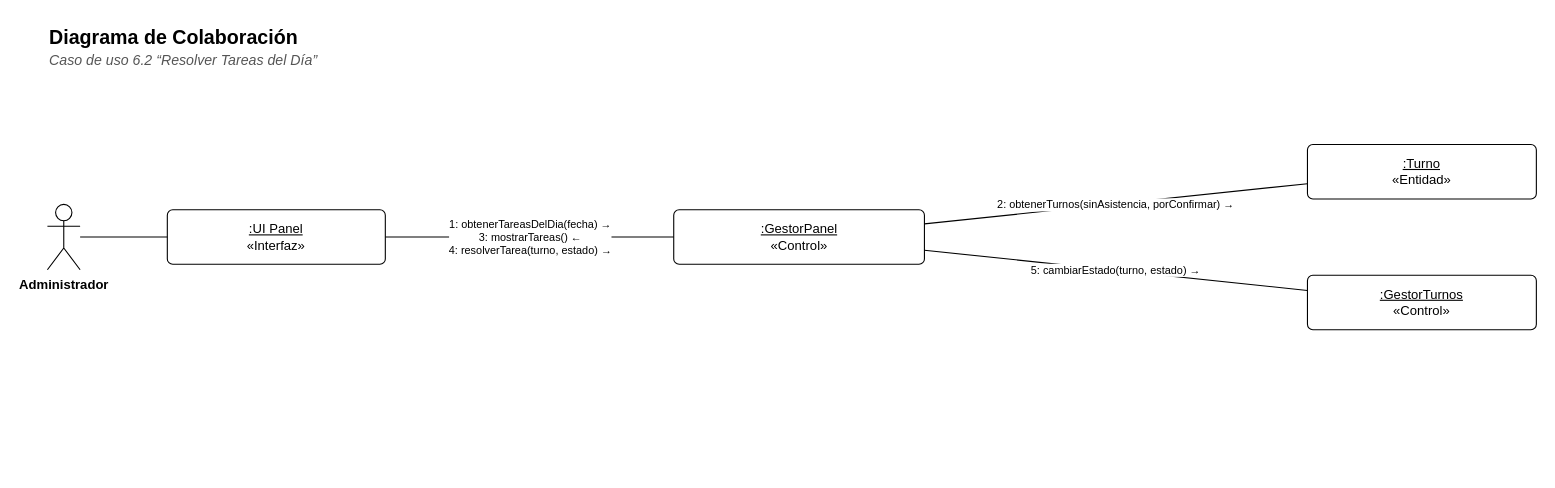
Before: docs/diagramas/colaboracion-6-2.drawio in Matiglorioso/kineturnos, a draw.io diagram. Source tidied: cells renumbered, new cells numbered last; positions are measured from the earlier drawing's top-left corner, leaving out a move shared by most shapes. Both pictures are drawn from the tidied source at 109%, with x=0, y=0 at pixel (47, 19).
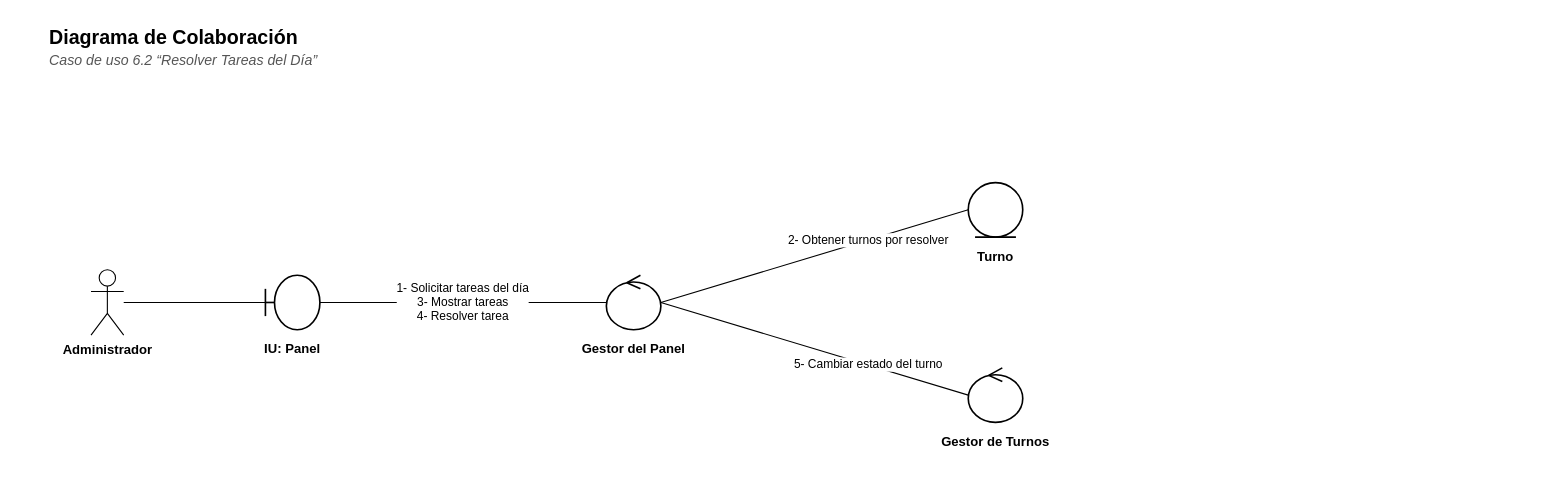
The same diagram, later.

The edit, as a diff of the source:
```diff
@@
 <mxGraphModel background="#FFFFFF">
   <root>
     <mxCell id="0" />
     <mxCell id="1" parent="0" />
     <mxCell id="2" value="&lt;b&gt;Diagrama de Colaboración&lt;/b&gt;" style="text;html=1;strokeColor=none;fillColor=none;align=left;verticalAlign=top;whiteSpace=wrap;fontFamily=Helvetica;fontSize=18;" parent="1" vertex="1">
       <mxGeometry width="900" height="26" as="geometry" />
     </mxCell>
     <mxCell id="3" value="&lt;i&gt;Caso de uso 6.2 “Resolver Tareas del Día”&lt;/i&gt;" style="text;html=1;strokeColor=none;fillColor=none;align=left;verticalAlign=top;whiteSpace=wrap;fontFamily=Helvetica;fontSize=13;fontColor=#555555;" parent="1" vertex="1">
       <mxGeometry y="24" width="900" height="20" as="geometry" />
     </mxCell>
     <mxCell id="4" value="Administrador" style="shape=umlActor;verticalLabelPosition=bottom;verticalAlign=top;html=1;outlineConnect=0;fillColor=#FFFFFF;strokeColor=#000000;fontFamily=Helvetica;fontSize=12;fontStyle=1;" parent="1" vertex="1">
-      <mxGeometry y="170" width="30" height="60" as="geometry" />
+      <mxGeometry x="40" y="230" width="30" height="60" as="geometry" />
     </mxCell>
-    <mxCell id="5" value="&lt;u&gt;:UI Panel&lt;/u&gt;&lt;br&gt;«Interfaz»" style="rounded=0;whiteSpace=wrap;html=1;fillColor=#FFFFFF;strokeColor=#000000;fontFamily=Helvetica;fontSize=12;rounded=1;arcSize=10;" parent="1" vertex="1">
-      <mxGeometry x="110" y="175" width="200" height="50" as="geometry" />
+    <mxCell id="5" style="shape=umlBoundary;html=1;fillColor=#FFFFFF;strokeColor=#000000;strokeWidth=1.5;" parent="1" vertex="1">
+      <mxGeometry x="200" y="235" width="50" height="50" as="geometry" />
     </mxCell>
-    <mxCell id="6" value="&lt;u&gt;:GestorPanel&lt;/u&gt;&lt;br&gt;«Control»" style="rounded=0;whiteSpace=wrap;html=1;fillColor=#FFFFFF;strokeColor=#000000;fontFamily=Helvetica;fontSize=12;rounded=1;arcSize=10;" parent="1" vertex="1">
-      <mxGeometry x="574.6" y="175" width="230" height="50" as="geometry" />
+    <mxCell id="6" value="&lt;b&gt;IU: Panel&lt;/b&gt;" style="text;html=1;strokeColor=none;fillColor=none;align=left;verticalAlign=top;whiteSpace=wrap;fontFamily=Helvetica;align=center;fontSize=12;" parent="1" vertex="1">
+      <mxGeometry x="160" y="289" width="130" height="40" as="geometry" />
     </mxCell>
-    <mxCell id="7" value="&lt;u&gt;:Turno&lt;/u&gt;&lt;br&gt;«Entidad»" style="rounded=0;whiteSpace=wrap;html=1;fillColor=#FFFFFF;strokeColor=#000000;fontFamily=Helvetica;fontSize=12;rounded=1;arcSize=10;" parent="1" vertex="1">
-      <mxGeometry x="1156" y="115" width="210" height="50" as="geometry" />
+    <mxCell id="7" style="shape=umlControl;html=1;fillColor=#FFFFFF;strokeColor=#000000;strokeWidth=1.5;" parent="1" vertex="1">
+      <mxGeometry x="512.8" y="235" width="50" height="50" as="geometry" />
     </mxCell>
-    <mxCell id="8" value="&lt;u&gt;:GestorTurnos&lt;/u&gt;&lt;br&gt;«Control»" style="rounded=0;whiteSpace=wrap;html=1;fillColor=#FFFFFF;strokeColor=#000000;fontFamily=Helvetica;fontSize=12;rounded=1;arcSize=10;" parent="1" vertex="1">
-      <mxGeometry x="1156" y="235" width="210" height="50" as="geometry" />
+    <mxCell id="8" value="&lt;b&gt;Gestor del Panel&lt;/b&gt;" style="text;html=1;strokeColor=none;fillColor=none;align=left;verticalAlign=top;whiteSpace=wrap;fontFamily=Helvetica;align=center;fontSize=12;" parent="1" vertex="1">
+      <mxGeometry x="472.8" y="289" width="130" height="40" as="geometry" />
     </mxCell>
-    <mxCell id="9" style="edgeStyle=none;html=1;endArrow=none;endFill=0;strokeColor=#000000;fontFamily=Helvetica;fontSize=11;labelBackgroundColor=#FFFFFF;" parent="1" edge="1" source="4" target="5">
-      <mxGeometry relative="1" as="geometry" />
+    <mxCell id="9" style="shape=umlEntity;html=1;fillColor=#FFFFFF;strokeColor=#000000;strokeWidth=1.5;" parent="1" vertex="1">
+      <mxGeometry x="844.8" y="150" width="50" height="50" as="geometry" />
     </mxCell>
-    <mxCell id="10" value="1: obtenerTareasDelDia(fecha) →&lt;br&gt;3: mostrarTareas() ←&lt;br&gt;4: resolverTarea(turno, estado) →" style="edgeStyle=none;html=1;endArrow=none;endFill=0;strokeColor=#000000;fontFamily=Helvetica;fontSize=11;labelBackgroundColor=#FFFFFF;fontSize=10;" parent="1" edge="1" source="6" target="5">
-      <mxGeometry relative="1" as="geometry" />
+    <mxCell id="10" value="&lt;b&gt;Turno&lt;/b&gt;" style="text;html=1;strokeColor=none;fillColor=none;align=left;verticalAlign=top;whiteSpace=wrap;fontFamily=Helvetica;align=center;fontSize=12;" parent="1" vertex="1">
+      <mxGeometry x="804.8" y="204" width="130" height="40" as="geometry" />
     </mxCell>
-    <mxCell id="11" value="2: obtenerTurnos(sinAsistencia, porConfirmar) →" style="edgeStyle=none;html=1;endArrow=none;endFill=0;strokeColor=#000000;fontFamily=Helvetica;fontSize=11;labelBackgroundColor=#FFFFFF;fontSize=10;" parent="1" edge="1" source="7" target="6">
-      <mxGeometry relative="1" as="geometry" />
+    <mxCell id="11" style="shape=umlControl;html=1;fillColor=#FFFFFF;strokeColor=#000000;strokeWidth=1.5;" parent="1" vertex="1">
+      <mxGeometry x="844.8" y="320" width="50" height="50" as="geometry" />
     </mxCell>
-    <mxCell id="12" value="5: cambiarEstado(turno, estado) →" style="edgeStyle=none;html=1;endArrow=none;endFill=0;strokeColor=#000000;fontFamily=Helvetica;fontSize=11;labelBackgroundColor=#FFFFFF;fontSize=10;" parent="1" edge="1" source="8" target="6">
-      <mxGeometry relative="1" as="geometry" />
+    <mxCell id="12" value="&lt;b&gt;Gestor de Turnos&lt;/b&gt;" style="text;html=1;strokeColor=none;fillColor=none;align=left;verticalAlign=top;whiteSpace=wrap;fontFamily=Helvetica;align=center;fontSize=12;" parent="1" vertex="1">
+      <mxGeometry x="804.8" y="374" width="130" height="40" as="geometry" />
     </mxCell>
+    <mxCell id="13" style="edgeStyle=none;html=1;endArrow=none;endFill=0;strokeColor=#000000;fontFamily=Helvetica;fontSize=11;labelBackgroundColor=#FFFFFF;" parent="1" edge="1" source="4" target="5">
+      <mxGeometry relative="1" as="geometry" />
+    </mxCell>
+    <mxCell id="14" value="1- Solicitar tareas del día&lt;br&gt;3- Mostrar tareas&lt;br&gt;4- Resolver tarea" style="edgeStyle=none;html=1;endArrow=none;endFill=0;strokeColor=#000000;fontFamily=Helvetica;fontSize=11;labelBackgroundColor=#FFFFFF;fontSize=11;exitX=1;exitY=0.5;exitDx=0;exitDy=0;entryX=0;entryY=0.5;entryDx=0;entryDy=0;" parent="1" edge="1" source="5" target="7">
+      <mxGeometry relative="1" as="geometry" />
+    </mxCell>
+    <mxCell id="15" value="2- Obtener turnos por resolver" style="edgeStyle=none;html=1;endArrow=none;endFill=0;strokeColor=#000000;fontFamily=Helvetica;fontSize=11;labelBackgroundColor=#FFFFFF;fontSize=11;exitX=1;exitY=0.5;exitDx=0;exitDy=0;entryX=0;entryY=0.5;entryDx=0;entryDy=0;" parent="1" edge="1" source="7" target="9">
+      <mxGeometry x="0.35" relative="1" as="geometry" />
+    </mxCell>
+    <mxCell id="16" value="5- Cambiar estado del turno" style="edgeStyle=none;html=1;endArrow=none;endFill=0;strokeColor=#000000;fontFamily=Helvetica;fontSize=11;labelBackgroundColor=#FFFFFF;fontSize=11;exitX=1;exitY=0.5;exitDx=0;exitDy=0;entryX=0;entryY=0.5;entryDx=0;entryDy=0;" parent="1" edge="1" source="7" target="11">
+      <mxGeometry x="0.35" relative="1" as="geometry" />
+    </mxCell>
   </root>
 </mxGraphModel>
```
